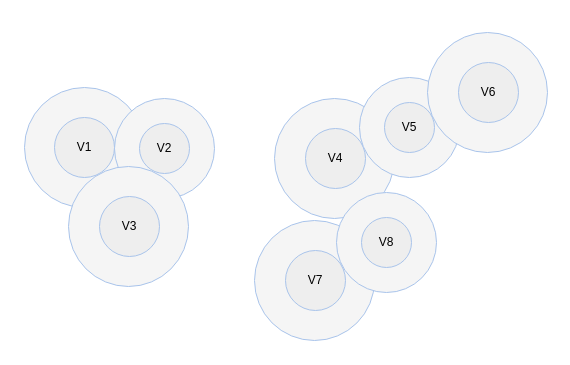
Earlier version of the draw.io diagram page "相交微簇" (2 of 3) of paper/ BOCEDS.drawio (qin8948050/diagram). Source tidied: cells renumbered, new cells numbered last; positions are measured from the earlier drawing's top-left corner, leaving out a move shared by most shapes. Both pictures are drawn from the tidied source at 100%, with x=0, y=0 at pixel (24, 32).
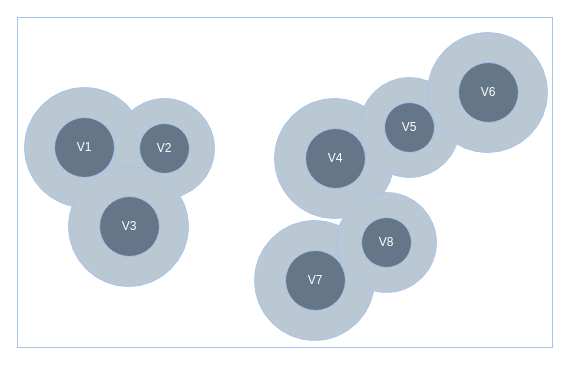
Above is the later version.

The edit, as a diff of the source:
```diff
@@
 <mxGraphModel>
   <root>
     <mxCell id="0" />
     <mxCell id="1" parent="0" />
+    <mxCell id="18" style="rounded=0;whiteSpace=wrap;html=1;strokeColor=#A9C4EB;fillColor=none;" parent="1" vertex="1">
+      <mxGeometry x="-7" y="-15" width="535" height="330" as="geometry" />
+    </mxCell>
-    <mxCell id="2" style="ellipse;whiteSpace=wrap;html=1;strokeColor=#A9C4EB;fillColor=#f5f5f5;fontColor=#333333;" parent="1" vertex="1">
+    <mxCell id="2" style="ellipse;whiteSpace=wrap;html=1;strokeColor=#A9C4EB;fillColor=#bac8d3;" parent="1" vertex="1">
       <mxGeometry y="55" width="120" height="120" as="geometry" />
     </mxCell>
-    <mxCell id="3" style="ellipse;whiteSpace=wrap;html=1;strokeColor=#A9C4EB;fillColor=#f5f5f5;fontColor=#333333;" parent="1" vertex="1">
+    <mxCell id="3" style="ellipse;whiteSpace=wrap;html=1;strokeColor=#A9C4EB;fillColor=#bac8d3;" parent="1" vertex="1">
       <mxGeometry x="90" y="66" width="100" height="100" as="geometry" />
     </mxCell>
-    <mxCell id="4" value="V1" style="ellipse;whiteSpace=wrap;html=1;fillColor=#eeeeee;strokeColor=#A9C4EB;" parent="1" vertex="1">
+    <mxCell id="4" value="V1" style="ellipse;whiteSpace=wrap;html=1;fillColor=#647687;strokeColor=#A9C4EB;fontColor=#ffffff;" parent="1" vertex="1">
       <mxGeometry x="30" y="85" width="60" height="60" as="geometry" />
     </mxCell>
-    <mxCell id="5" value="V2" style="ellipse;whiteSpace=wrap;html=1;fillColor=#eeeeee;strokeColor=#A9C4EB;" parent="1" vertex="1">
+    <mxCell id="5" value="V2" style="ellipse;whiteSpace=wrap;html=1;fillColor=#647687;strokeColor=#A9C4EB;fontColor=#ffffff;" parent="1" vertex="1">
       <mxGeometry x="115" y="91" width="50" height="50" as="geometry" />
     </mxCell>
-    <mxCell id="6" style="ellipse;whiteSpace=wrap;html=1;strokeColor=#A9C4EB;fillColor=#f5f5f5;fontColor=#333333;" parent="1" vertex="1">
+    <mxCell id="6" style="ellipse;whiteSpace=wrap;html=1;strokeColor=#A9C4EB;fillColor=#bac8d3;" parent="1" vertex="1">
       <mxGeometry x="44" y="134" width="120" height="120" as="geometry" />
     </mxCell>
-    <mxCell id="7" value="V3" style="ellipse;whiteSpace=wrap;html=1;fillColor=#eeeeee;strokeColor=#A9C4EB;" parent="1" vertex="1">
+    <mxCell id="7" value="V3" style="ellipse;whiteSpace=wrap;html=1;fillColor=#647687;strokeColor=#A9C4EB;fontColor=#ffffff;" parent="1" vertex="1">
       <mxGeometry x="75" y="164" width="60" height="60" as="geometry" />
     </mxCell>
-    <mxCell id="8" style="ellipse;whiteSpace=wrap;html=1;strokeColor=#A9C4EB;fillColor=#f5f5f5;fontColor=#333333;" parent="1" vertex="1">
+    <mxCell id="8" style="ellipse;whiteSpace=wrap;html=1;strokeColor=#A9C4EB;fillColor=#bac8d3;" parent="1" vertex="1">
       <mxGeometry x="250" y="66" width="120" height="120" as="geometry" />
     </mxCell>
-    <mxCell id="9" value="V4" style="ellipse;whiteSpace=wrap;html=1;fillColor=#eeeeee;strokeColor=#A9C4EB;" parent="1" vertex="1">
+    <mxCell id="9" value="V4" style="ellipse;whiteSpace=wrap;html=1;fillColor=#647687;strokeColor=#A9C4EB;fontColor=#ffffff;" parent="1" vertex="1">
       <mxGeometry x="281" y="96" width="60" height="60" as="geometry" />
     </mxCell>
-    <mxCell id="10" style="ellipse;whiteSpace=wrap;html=1;strokeColor=#A9C4EB;fillColor=#f5f5f5;fontColor=#333333;" parent="1" vertex="1">
+    <mxCell id="10" style="ellipse;whiteSpace=wrap;html=1;strokeColor=#A9C4EB;fillColor=#bac8d3;" parent="1" vertex="1">
       <mxGeometry x="335" y="45" width="100" height="100" as="geometry" />
     </mxCell>
-    <mxCell id="11" value="V5" style="ellipse;whiteSpace=wrap;html=1;fillColor=#eeeeee;strokeColor=#A9C4EB;" parent="1" vertex="1">
+    <mxCell id="11" value="V5" style="ellipse;whiteSpace=wrap;html=1;fillColor=#647687;strokeColor=#A9C4EB;fontColor=#ffffff;" parent="1" vertex="1">
       <mxGeometry x="360" y="70" width="50" height="50" as="geometry" />
     </mxCell>
-    <mxCell id="12" style="ellipse;whiteSpace=wrap;html=1;strokeColor=#A9C4EB;fillColor=#f5f5f5;fontColor=#333333;" parent="1" vertex="1">
+    <mxCell id="12" style="ellipse;whiteSpace=wrap;html=1;strokeColor=#A9C4EB;fillColor=#bac8d3;" parent="1" vertex="1">
       <mxGeometry x="403" width="120" height="120" as="geometry" />
     </mxCell>
-    <mxCell id="13" value="V6" style="ellipse;whiteSpace=wrap;html=1;fillColor=#eeeeee;strokeColor=#A9C4EB;" parent="1" vertex="1">
+    <mxCell id="13" value="V6" style="ellipse;whiteSpace=wrap;html=1;fillColor=#647687;strokeColor=#A9C4EB;fontColor=#ffffff;" parent="1" vertex="1">
       <mxGeometry x="434" y="30" width="60" height="60" as="geometry" />
     </mxCell>
-    <mxCell id="14" style="ellipse;whiteSpace=wrap;html=1;strokeColor=#A9C4EB;fillColor=#f5f5f5;fontColor=#333333;" parent="1" vertex="1">
+    <mxCell id="14" style="ellipse;whiteSpace=wrap;html=1;strokeColor=#A9C4EB;fillColor=#bac8d3;" parent="1" vertex="1">
       <mxGeometry x="230" y="188" width="120" height="120" as="geometry" />
     </mxCell>
-    <mxCell id="15" value="V7" style="ellipse;whiteSpace=wrap;html=1;fillColor=#eeeeee;strokeColor=#A9C4EB;" parent="1" vertex="1">
+    <mxCell id="15" value="V7" style="ellipse;whiteSpace=wrap;html=1;fillColor=#647687;strokeColor=#A9C4EB;fontColor=#ffffff;" parent="1" vertex="1">
       <mxGeometry x="261" y="218" width="60" height="60" as="geometry" />
     </mxCell>
-    <mxCell id="16" style="ellipse;whiteSpace=wrap;html=1;strokeColor=#A9C4EB;fillColor=#f5f5f5;fontColor=#333333;" parent="1" vertex="1">
+    <mxCell id="16" style="ellipse;whiteSpace=wrap;html=1;strokeColor=#A9C4EB;fillColor=#bac8d3;" parent="1" vertex="1">
       <mxGeometry x="312" y="160" width="100" height="100" as="geometry" />
     </mxCell>
-    <mxCell id="17" value="V8" style="ellipse;whiteSpace=wrap;html=1;fillColor=#eeeeee;strokeColor=#A9C4EB;" parent="1" vertex="1">
+    <mxCell id="17" value="V8" style="ellipse;whiteSpace=wrap;html=1;fillColor=#647687;strokeColor=#A9C4EB;fontColor=#ffffff;" parent="1" vertex="1">
       <mxGeometry x="337" y="185" width="50" height="50" as="geometry" />
     </mxCell>
   </root>
 </mxGraphModel>
```
